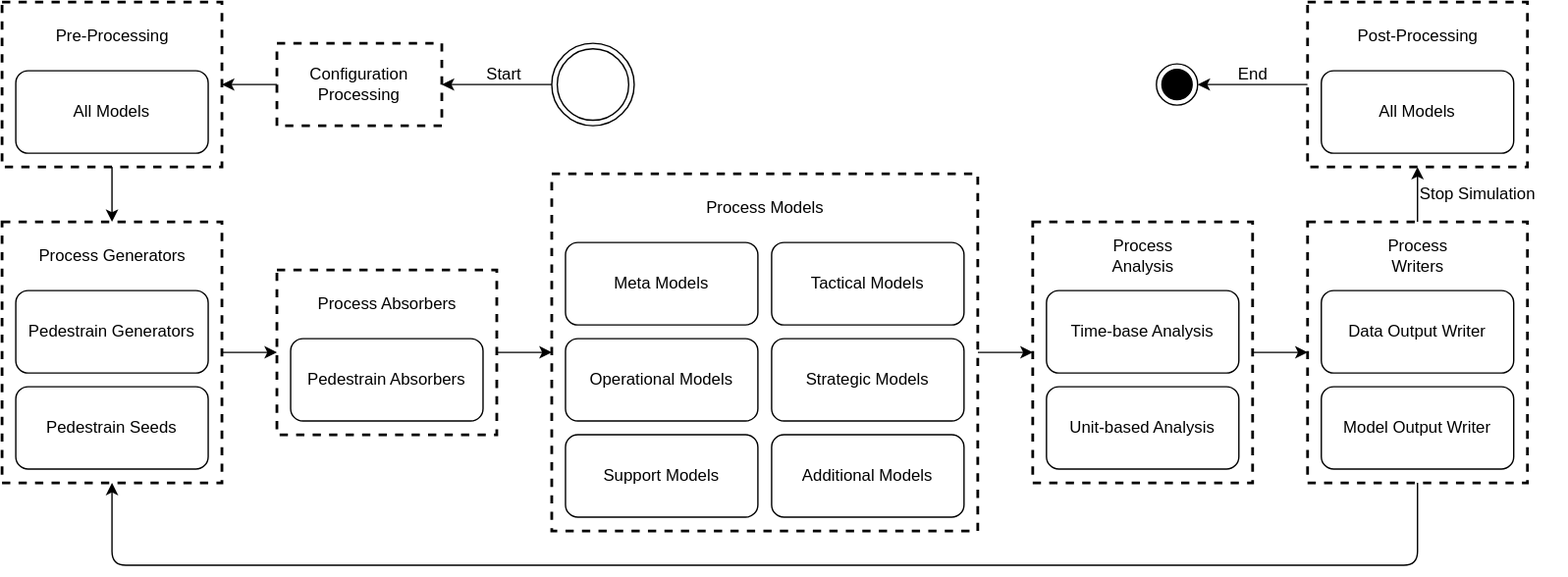
Before: img/momentun_architecture.drawio.svg, a diagram exported from draw.io (Project-Mastery/thesis). Source tidied: cells renumbered, new cells last; positions are measured from the earlier drawing's top-left corner, leaving out a move shared by most shapes. The source it was exported from:
```xml
<mxGraphModel>
  <root>
    <mxCell id="0" />
    <mxCell id="1" parent="0" />
    <mxCell id="2" style="edgeStyle=none;html=1;" parent="1" edge="1" source="3" target="18">
      <mxGeometry relative="1" as="geometry" />
    </mxCell>
    <mxCell id="3" value="&lt;span style=&quot;color: rgb(0, 0, 0);&quot;&gt;Configuration&lt;/span&gt;&lt;div&gt;Processing&lt;/div&gt;" style="rounded=0;whiteSpace=wrap;html=1;dashed=1;strokeWidth=2;" parent="1" vertex="1">
      <mxGeometry x="200" y="30" width="120" height="60" as="geometry" />
    </mxCell>
    <mxCell id="4" style="edgeStyle=none;html=1;" parent="1" edge="1" source="21" target="25">
      <mxGeometry relative="1" as="geometry" />
    </mxCell>
    <mxCell id="5" style="edgeStyle=none;html=1;" parent="1" edge="1" source="25" target="28">
      <mxGeometry relative="1" as="geometry" />
    </mxCell>
    <mxCell id="6" style="edgeStyle=none;html=1;" parent="1" edge="1" source="28" target="36">
      <mxGeometry relative="1" as="geometry" />
    </mxCell>
    <mxCell id="7" style="edgeStyle=none;html=1;" parent="1" edge="1" source="36" target="40">
      <mxGeometry relative="1" as="geometry" />
    </mxCell>
    <mxCell id="8" style="edgeStyle=none;html=1;" parent="1" edge="1" source="19" target="21">
      <mxGeometry relative="1" as="geometry" />
    </mxCell>
    <mxCell id="9" style="edgeStyle=none;html=1;" parent="1" edge="1" source="40" target="44">
      <mxGeometry relative="1" as="geometry" />
    </mxCell>
    <mxCell id="10" style="edgeStyle=orthogonalEdgeStyle;html=1;exitX=0.5;exitY=1;exitDx=0;exitDy=0;entryX=0.5;entryY=1;entryDx=0;entryDy=0;" parent="1" edge="1" source="40" target="21">
      <mxGeometry relative="1" as="geometry">
        <Array as="points">
          <mxPoint x="1030" y="410" />
          <mxPoint x="80" y="410" />
        </Array>
      </mxGeometry>
    </mxCell>
    <mxCell id="11" value="Stop&amp;nbsp;&lt;span style=&quot;background-color: transparent;&quot;&gt;Simulation&lt;/span&gt;" style="text;html=1;align=left;verticalAlign=middle;strokeColor=none;fillColor=none;" parent="1" vertex="1">
      <mxGeometry x="1030" y="125" width="110" height="30" as="geometry" />
    </mxCell>
    <mxCell id="12" style="edgeStyle=none;html=1;" parent="1" edge="1" source="13" target="3">
      <mxGeometry relative="1" as="geometry" />
    </mxCell>
    <mxCell id="13" style="ellipse;shape=doubleEllipse;html=1;dashed=0;whiteSpace=wrap;" parent="1" vertex="1">
      <mxGeometry x="400" y="30" width="60" height="60" as="geometry" />
    </mxCell>
    <mxCell id="14" style="ellipse;html=1;shape=endState;fillColor=#000000;strokeColor=default;" parent="1" vertex="1">
      <mxGeometry x="840" y="45" width="30" height="30" as="geometry" />
    </mxCell>
    <mxCell id="15" value="Start" style="text;html=1;align=center;verticalAlign=middle;strokeColor=none;fillColor=none;" parent="1" vertex="1">
      <mxGeometry x="340" y="38" width="50" height="30" as="geometry" />
    </mxCell>
    <mxCell id="16" style="edgeStyle=none;html=1;" parent="1" edge="1" source="44" target="14">
      <mxGeometry relative="1" as="geometry" />
    </mxCell>
    <mxCell id="17" value="End" style="text;html=1;align=center;verticalAlign=middle;strokeColor=none;fillColor=none;" parent="1" vertex="1">
      <mxGeometry x="890" y="38" width="40" height="30" as="geometry" />
    </mxCell>
    <mxCell id="18" style="rounded=0;whiteSpace=wrap;html=1;dashed=1;strokeWidth=2;" parent="1" vertex="1">
      <mxGeometry width="160" height="120" as="geometry" />
    </mxCell>
    <mxCell id="19" value="All Models" style="rounded=1;whiteSpace=wrap;html=1;" parent="1" vertex="1">
      <mxGeometry x="10" y="50" width="140" height="60" as="geometry" />
    </mxCell>
    <mxCell id="20" value="Pre-Processing" style="text;html=1;align=center;verticalAlign=middle;strokeColor=none;fillColor=none;" parent="1" vertex="1">
      <mxGeometry x="25" y="10" width="110" height="30" as="geometry" />
    </mxCell>
    <mxCell id="21" style="rounded=0;whiteSpace=wrap;html=1;dashed=1;strokeWidth=2;" parent="1" vertex="1">
      <mxGeometry y="160" width="160" height="190" as="geometry" />
    </mxCell>
    <mxCell id="22" value="Pedestrain Generators" style="rounded=1;whiteSpace=wrap;html=1;" parent="1" vertex="1">
      <mxGeometry x="10" y="210" width="140" height="60" as="geometry" />
    </mxCell>
    <mxCell id="23" value="Process Generators" style="text;html=1;align=center;verticalAlign=middle;strokeColor=none;fillColor=none;" parent="1" vertex="1">
      <mxGeometry x="15" y="170" width="130" height="30" as="geometry" />
    </mxCell>
    <mxCell id="24" value="Pedestrain Seeds" style="rounded=1;whiteSpace=wrap;html=1;" parent="1" vertex="1">
      <mxGeometry x="10" y="280" width="140" height="60" as="geometry" />
    </mxCell>
    <mxCell id="25" style="rounded=0;whiteSpace=wrap;html=1;dashed=1;strokeWidth=2;" parent="1" vertex="1">
      <mxGeometry x="200" y="195" width="160" height="120" as="geometry" />
    </mxCell>
    <mxCell id="26" value="Pedestrain Absorbers" style="rounded=1;whiteSpace=wrap;html=1;" parent="1" vertex="1">
      <mxGeometry x="210" y="245" width="140" height="60" as="geometry" />
    </mxCell>
    <mxCell id="27" value="Process Absorbers" style="text;html=1;align=center;verticalAlign=middle;strokeColor=none;fillColor=none;" parent="1" vertex="1">
      <mxGeometry x="220" y="205" width="120" height="30" as="geometry" />
    </mxCell>
    <mxCell id="28" style="rounded=0;whiteSpace=wrap;html=1;dashed=1;strokeWidth=2;" parent="1" vertex="1">
      <mxGeometry x="400" y="125" width="310" height="260" as="geometry" />
    </mxCell>
    <mxCell id="29" value="Meta Models" style="rounded=1;whiteSpace=wrap;html=1;" parent="1" vertex="1">
      <mxGeometry x="410" y="175" width="140" height="60" as="geometry" />
    </mxCell>
    <mxCell id="30" value="Tactical Models" style="rounded=1;whiteSpace=wrap;html=1;" parent="1" vertex="1">
      <mxGeometry x="560" y="175" width="140" height="60" as="geometry" />
    </mxCell>
    <mxCell id="31" value="Strategic Models" style="rounded=1;whiteSpace=wrap;html=1;" parent="1" vertex="1">
      <mxGeometry x="560" y="245" width="140" height="60" as="geometry" />
    </mxCell>
    <mxCell id="32" value="Operational Models" style="rounded=1;whiteSpace=wrap;html=1;" parent="1" vertex="1">
      <mxGeometry x="410" y="245" width="140" height="60" as="geometry" />
    </mxCell>
    <mxCell id="33" value="Support Models" style="rounded=1;whiteSpace=wrap;html=1;" parent="1" vertex="1">
      <mxGeometry x="410" y="315" width="140" height="60" as="geometry" />
    </mxCell>
    <mxCell id="34" value="Process Models" style="text;html=1;align=center;verticalAlign=middle;strokeColor=none;fillColor=none;" parent="1" vertex="1">
      <mxGeometry x="500" y="135" width="110" height="30" as="geometry" />
    </mxCell>
    <mxCell id="35" value="Additional Models" style="rounded=1;whiteSpace=wrap;html=1;" parent="1" vertex="1">
      <mxGeometry x="560" y="315" width="140" height="60" as="geometry" />
    </mxCell>
    <mxCell id="36" style="rounded=0;whiteSpace=wrap;html=1;dashed=1;strokeWidth=2;" parent="1" vertex="1">
      <mxGeometry x="750" y="160" width="160" height="190" as="geometry" />
    </mxCell>
    <mxCell id="37" value="Time-base Analysis" style="rounded=1;whiteSpace=wrap;html=1;" parent="1" vertex="1">
      <mxGeometry x="760" y="210" width="140" height="60" as="geometry" />
    </mxCell>
    <mxCell id="38" value="Process&amp;nbsp;&lt;span style=&quot;color: rgb(0, 0, 0); text-wrap-mode: wrap;&quot;&gt;Analysis&lt;/span&gt;" style="text;html=1;align=center;verticalAlign=middle;strokeColor=none;fillColor=none;" parent="1" vertex="1">
      <mxGeometry x="775" y="170" width="110" height="30" as="geometry" />
    </mxCell>
    <mxCell id="39" value="Unit-based Analysis" style="rounded=1;whiteSpace=wrap;html=1;" parent="1" vertex="1">
      <mxGeometry x="760" y="280" width="140" height="60" as="geometry" />
    </mxCell>
    <mxCell id="40" style="rounded=0;whiteSpace=wrap;html=1;dashed=1;strokeWidth=2;" parent="1" vertex="1">
      <mxGeometry x="950" y="160" width="160" height="190" as="geometry" />
    </mxCell>
    <mxCell id="41" value="Data Output Writer" style="rounded=1;whiteSpace=wrap;html=1;" parent="1" vertex="1">
      <mxGeometry x="960" y="210" width="140" height="60" as="geometry" />
    </mxCell>
    <mxCell id="42" value="Process&amp;nbsp;&lt;span style=&quot;color: rgb(0, 0, 0); text-wrap-mode: wrap;&quot;&gt;Writers&lt;/span&gt;" style="text;html=1;align=center;verticalAlign=middle;strokeColor=none;fillColor=none;" parent="1" vertex="1">
      <mxGeometry x="975" y="170" width="110" height="30" as="geometry" />
    </mxCell>
    <mxCell id="43" value="Model Output Writer" style="rounded=1;whiteSpace=wrap;html=1;" parent="1" vertex="1">
      <mxGeometry x="960" y="280" width="140" height="60" as="geometry" />
    </mxCell>
    <mxCell id="44" style="rounded=0;whiteSpace=wrap;html=1;dashed=1;strokeWidth=2;" parent="1" vertex="1">
      <mxGeometry x="950" width="160" height="120" as="geometry" />
    </mxCell>
    <mxCell id="45" value="All Models" style="rounded=1;whiteSpace=wrap;html=1;" parent="1" vertex="1">
      <mxGeometry x="960" y="50" width="140" height="60" as="geometry" />
    </mxCell>
    <mxCell id="46" value="Post-Processing" style="text;html=1;align=center;verticalAlign=middle;strokeColor=none;fillColor=none;" parent="1" vertex="1">
      <mxGeometry x="975" y="10" width="110" height="30" as="geometry" />
    </mxCell>
  </root>
</mxGraphModel>
```
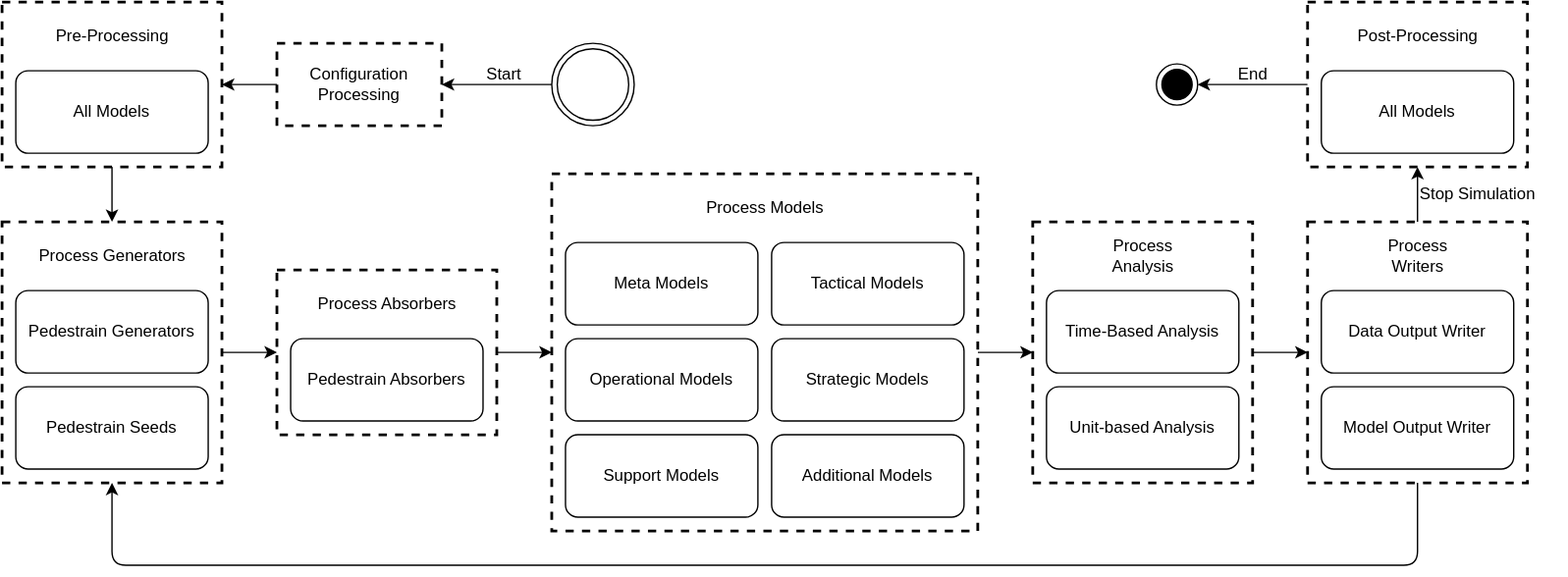
After the commit.

Change to the diagram source:
```diff
@@ -112,7 +112,7 @@
     <mxCell id="36" style="rounded=0;whiteSpace=wrap;html=1;dashed=1;strokeWidth=2;" parent="1" vertex="1">
       <mxGeometry x="750" y="160" width="160" height="190" as="geometry" />
     </mxCell>
-    <mxCell id="37" value="Time-base Analysis" style="rounded=1;whiteSpace=wrap;html=1;" parent="1" vertex="1">
+    <mxCell id="37" value="Time-Based Analysis" style="rounded=1;whiteSpace=wrap;html=1;" parent="1" vertex="1">
       <mxGeometry x="760" y="210" width="140" height="60" as="geometry" />
     </mxCell>
     <mxCell id="38" value="Process&amp;nbsp;&lt;span style=&quot;color: rgb(0, 0, 0); text-wrap-mode: wrap;&quot;&gt;Analysis&lt;/span&gt;" style="text;html=1;align=center;verticalAlign=middle;strokeColor=none;fillColor=none;" parent="1" vertex="1">
```
